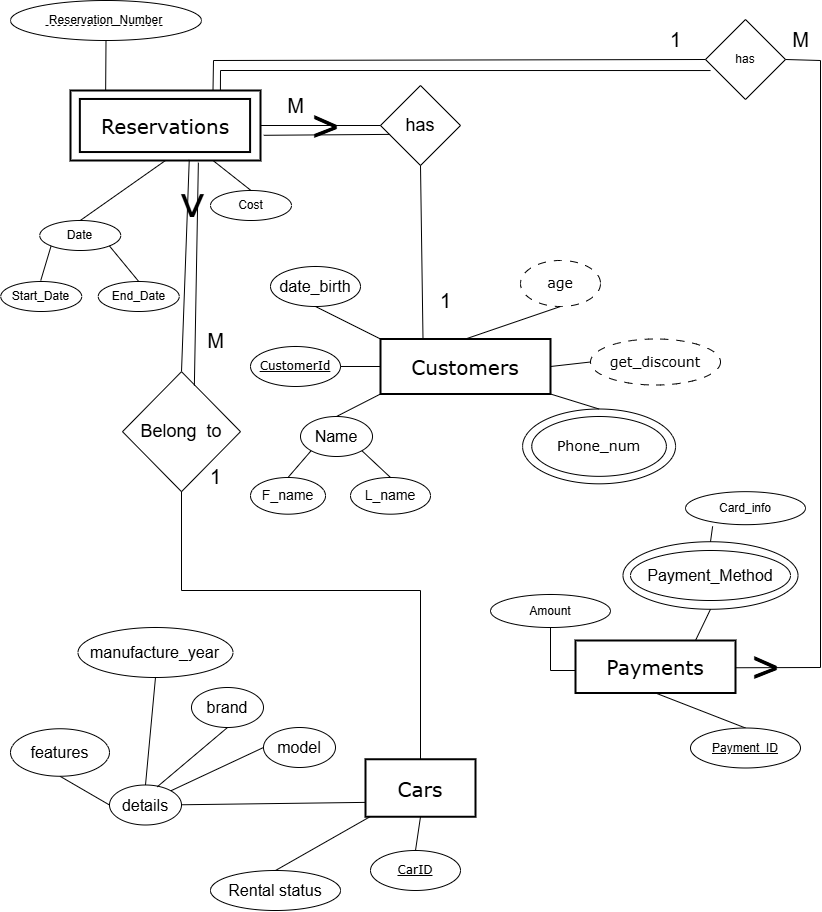
haneen1705/ERDs keeps this draw.io diagram as ER Diagram.drawio.png. Above is the earlier version. Source tidied: cells renumbered, new cells last; positions are measured from the earlier drawing's top-left corner, leaving out a move shared by most shapes.
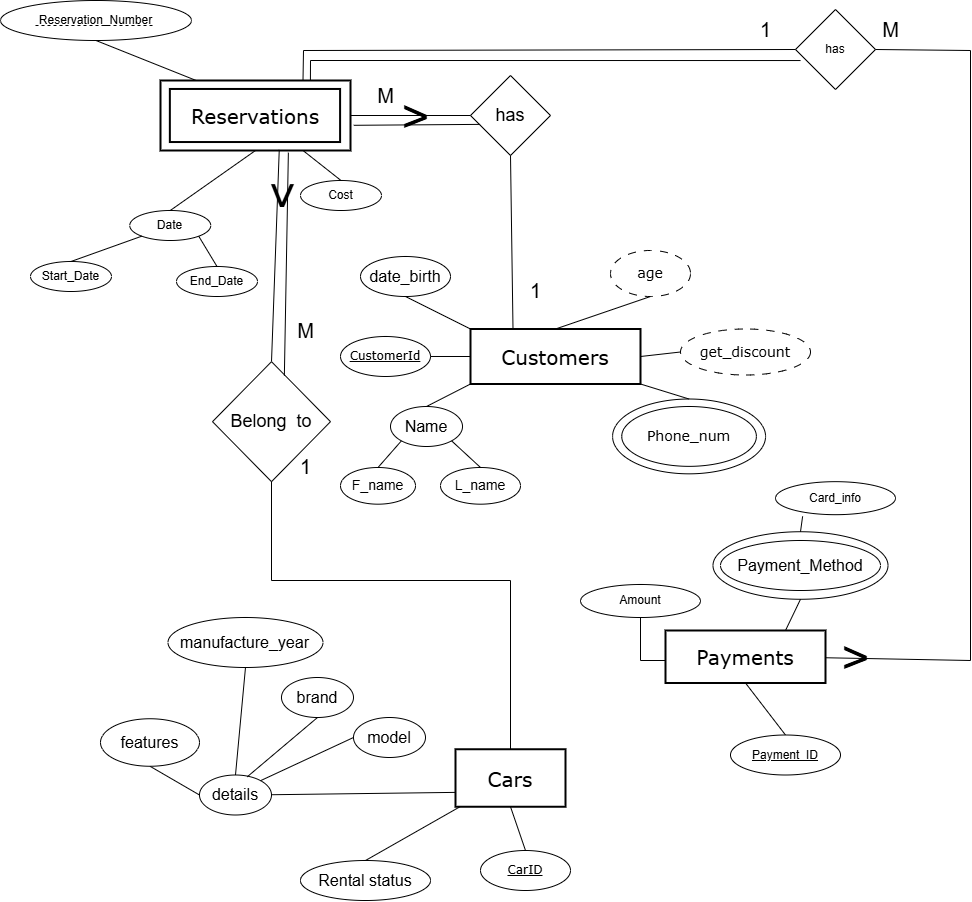
After the change.

Diff of the diagram source:
```diff
@@ -72,7 +72,7 @@
       <mxGeometry relative="1" as="geometry" />
     </mxCell>
     <mxCell id="25" value="&lt;u&gt;&lt;font face=&quot;Verdana&quot;&gt;CarID&lt;/font&gt;&lt;/u&gt;" style="ellipse;whiteSpace=wrap;html=1;" parent="1" vertex="1">
-      <mxGeometry x="370" y="850" width="90" height="40" as="geometry" />
+      <mxGeometry x="390" y="860" width="90" height="40" as="geometry" />
     </mxCell>
     <mxCell id="26" style="endArrow=none;html=1;rounded=0;entryX=0.5;entryY=1;entryDx=0;entryDy=0;exitX=0.5;exitY=0;exitDx=0;exitDy=0;" parent="1" edge="1" source="25" target="3">
       <mxGeometry relative="1" as="geometry" />
@@ -128,19 +128,17 @@
     <mxCell id="43" value="Date" style="ellipse;whiteSpace=wrap;html=1;" parent="1" vertex="1">
       <mxGeometry x="39.2" y="220" width="81" height="30" as="geometry" />
     </mxCell>
-    <mxCell id="44" style="endArrow=none;html=1;rounded=0;entryX=0;entryY=1;entryDx=0;entryDy=0;" parent="1" edge="1" target="43">
-      <mxGeometry relative="1" as="geometry">
-        <mxPoint x="40.2" y="280" as="sourcePoint" />
-      </mxGeometry>
+    <mxCell id="44" style="endArrow=none;html=1;rounded=0;entryX=0;entryY=1;entryDx=0;entryDy=0;exitX=0.5;exitY=0;exitDx=0;exitDy=0;" parent="1" edge="1" source="46" target="43">
+      <mxGeometry relative="1" as="geometry" />
     </mxCell>
     <mxCell id="45" style="endArrow=none;html=1;rounded=0;entryX=1;entryY=1;entryDx=0;entryDy=0;exitX=0.5;exitY=0;exitDx=0;exitDy=0;" parent="1" edge="1" source="47" target="43">
       <mxGeometry relative="1" as="geometry" />
     </mxCell>
     <mxCell id="46" value="Start_Date" style="ellipse;whiteSpace=wrap;html=1;" parent="1" vertex="1">
-      <mxGeometry x="0.2" y="281" width="81" height="30" as="geometry" />
+      <mxGeometry x="-60" y="271" width="81" height="30" as="geometry" />
     </mxCell>
     <mxCell id="47" value="End_Date" style="ellipse;whiteSpace=wrap;html=1;" parent="1" vertex="1">
-      <mxGeometry x="97.7" y="281" width="81" height="30" as="geometry" />
+      <mxGeometry x="86" y="276" width="81" height="30" as="geometry" />
     </mxCell>
     <mxCell id="48" value="Cost" style="ellipse;whiteSpace=wrap;html=1;" parent="1" vertex="1">
       <mxGeometry x="210" y="190" width="81" height="30" as="geometry" />
@@ -154,7 +152,7 @@
       </mxGeometry>
     </mxCell>
     <mxCell id="51" value="&lt;u&gt;Payment_ID&lt;/u&gt;" style="ellipse;whiteSpace=wrap;html=1;" parent="1" vertex="1">
-      <mxGeometry x="690" y="727.5" width="110" height="40" as="geometry" />
+      <mxGeometry x="640" y="744.5" width="110" height="40" as="geometry" />
     </mxCell>
     <mxCell id="52" value="&lt;font style=&quot;font-size: 16px;&quot;&gt;Payment_Method&lt;/font&gt;" style="ellipse;whiteSpace=wrap;html=1;" parent="1" vertex="1">
       <mxGeometry x="630" y="550" width="160" height="50" as="geometry" />
@@ -241,7 +239,7 @@
       </mxGeometry>
     </mxCell>
     <mxCell id="74" style="group;" parent="1" vertex="1">
-      <mxGeometry x="10" width="191" height="40" as="geometry" />
+      <mxGeometry x="-90" y="10" width="191" height="40" as="geometry" />
     </mxCell>
     <mxCell id="75" value="Reservation_Number" style="ellipse;whiteSpace=wrap;html=1;" parent="74" vertex="1">
       <mxGeometry width="191" height="40" as="geometry" />
@@ -262,8 +260,8 @@
       <mxGeometry relative="1" as="geometry">
         <mxPoint x="735" y="667.2" as="sourcePoint" />
         <Array as="points">
-          <mxPoint x="820" y="667" />
-          <mxPoint x="820" y="60" />
+          <mxPoint x="880" y="670" />
+          <mxPoint x="880" y="60" />
         </Array>
       </mxGeometry>
     </mxCell>
```
